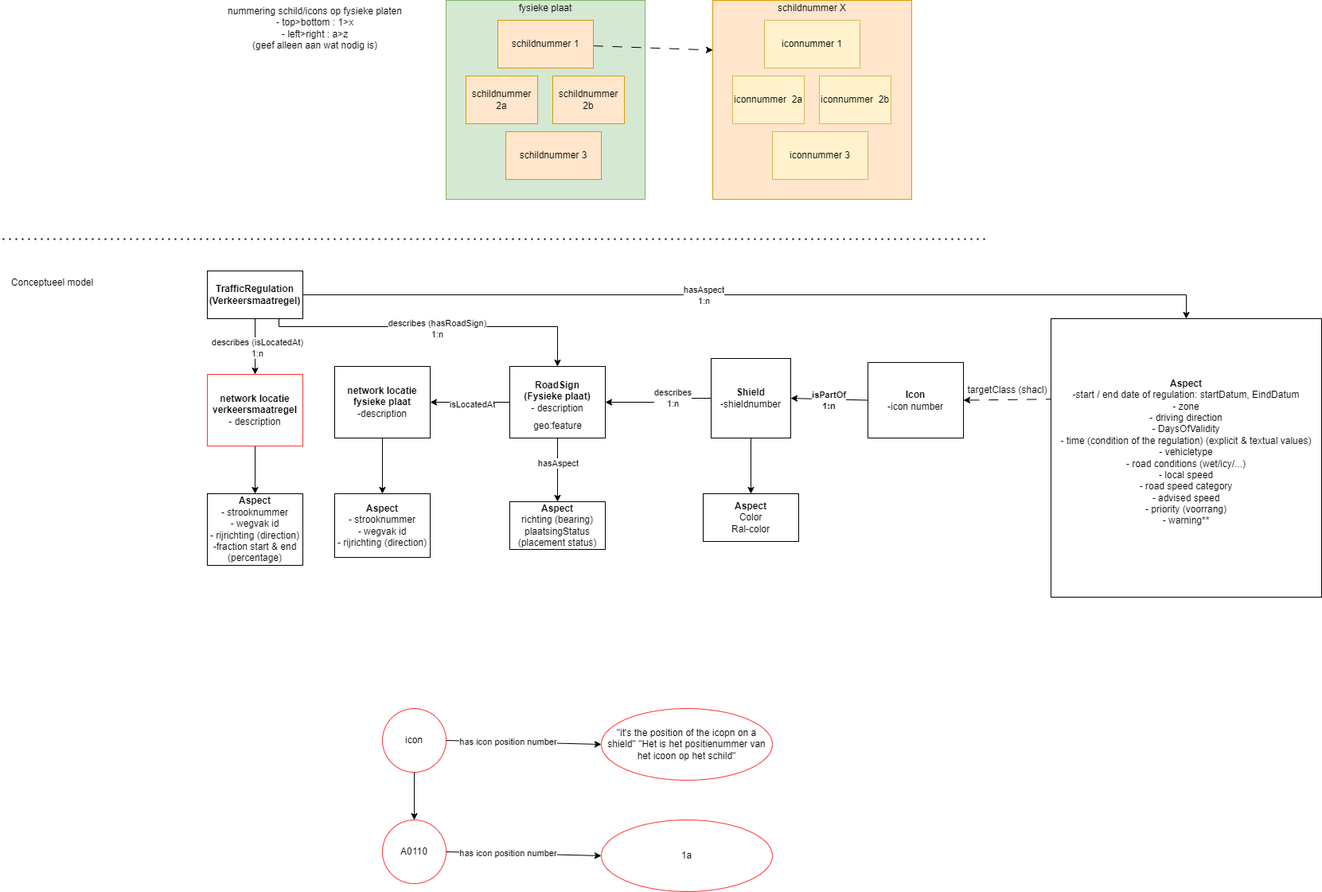
Above: docs/InformationModelVerkeersborden_schema/IM_verkeersborden_WIP.png in Stichting-CROW/verkeersborden (draw.io), before the change. Source tidied: cells renumbered, new cells last; positions are measured from the earlier drawing's top-left corner, leaving out a move shared by most shapes.
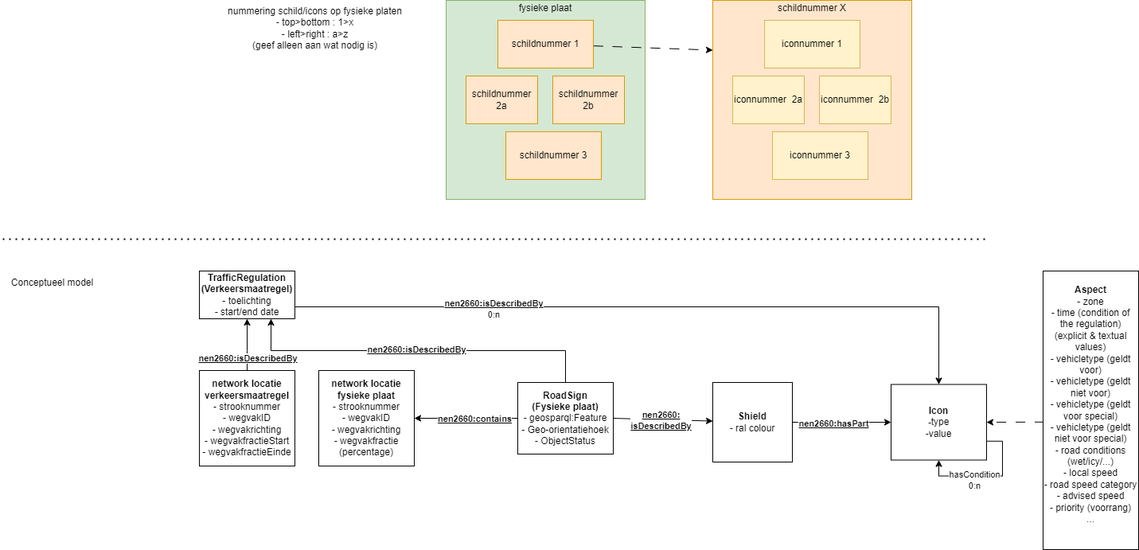
After the commit.

The edit, as a diff of the source:
```diff
@@ -4,67 +4,59 @@
     <mxCell id="1" parent="0" />
-    <mxCell id="2" style="edgeStyle=orthogonalEdgeStyle;rounded=0;jettySize=auto;html=1;exitX=0.5;exitY=1;exitDx=0;exitDy=0;entryX=0.5;entryY=0;entryDx=0;entryDy=0;" parent="1" edge="1" source="8" target="13">
-      <mxGeometry relative="1" as="geometry" />
-    </mxCell>
-    <mxCell id="3" value="&lt;div&gt;describes (isLocatedAt)&lt;/div&gt;&lt;div&gt;1:n&lt;/div&gt;" style="edgeLabel;html=1;align=center;verticalAlign=middle;" parent="2" vertex="1">
-      <mxGeometry x="0.01" y="2" relative="1" as="geometry" />
-    </mxCell>
-    <mxCell id="4" style="edgeStyle=orthogonalEdgeStyle;rounded=0;jettySize=auto;html=1;exitX=1;exitY=0.5;exitDx=0;exitDy=0;entryX=0.5;entryY=0;entryDx=0;entryDy=0;" parent="1" edge="1" source="8" target="19">
-      <mxGeometry relative="1" as="geometry" />
-    </mxCell>
-    <mxCell id="5" value="&lt;div&gt;hasAspect&lt;/div&gt;&lt;div&gt;1:n&lt;br&gt;&lt;/div&gt;" style="edgeLabel;html=1;align=center;verticalAlign=middle;" parent="4" vertex="1">
-      <mxGeometry x="-0.12" relative="1" as="geometry" />
-    </mxCell>
+    <mxCell id="56" style="edgeStyle=orthogonalEdgeStyle;rounded=0;jettySize=auto;html=1;exitX=1;exitY=0.75;exitDx=0;exitDy=0;entryX=0.5;entryY=0;entryDx=0;entryDy=0;" parent="1" edge="1" source="8" target="24">
+      <mxGeometry relative="1" as="geometry" />
+    </mxCell>
+    <mxCell id="57" value="&lt;div&gt;&lt;b&gt;&lt;u&gt;nen2660:isDescribedBy&lt;/u&gt;&lt;/b&gt;&lt;/div&gt;&lt;div&gt;0:n&lt;/div&gt;" style="edgeLabel;html=1;align=center;verticalAlign=middle;" parent="56" vertex="1">
+      <mxGeometry x="-0.45" y="-2" relative="1" as="geometry" />
+    </mxCell>
-    <mxCell id="6" style="edgeStyle=orthogonalEdgeStyle;rounded=0;jettySize=auto;html=1;exitX=0.75;exitY=1;exitDx=0;exitDy=0;entryX=0.5;entryY=0;entryDx=0;entryDy=0;" parent="1" edge="1" source="8" target="11">
-      <mxGeometry relative="1" as="geometry">
-        <Array as="points">
-          <mxPoint x="350" y="410" />
-          <mxPoint x="700" y="410" />
-        </Array>
-      </mxGeometry>
+    <mxCell id="6" style="edgeStyle=orthogonalEdgeStyle;rounded=0;jettySize=auto;html=1;exitX=0.5;exitY=0;exitDx=0;exitDy=0;entryX=0.75;entryY=1;entryDx=0;entryDy=0;" parent="1" edge="1" source="11" target="8">
+      <mxGeometry relative="1" as="geometry" />
     </mxCell>
-    <mxCell id="7" value="&lt;div&gt;describes (hasRoadSign)&lt;/div&gt;&lt;div&gt;1:n&lt;br&gt;&lt;/div&gt;" style="edgeLabel;html=1;align=center;verticalAlign=middle;" parent="6" vertex="1">
+    <mxCell id="7" value="&lt;div style=&quot;border-color: var(--border-color);&quot;&gt;&lt;b style=&quot;border-color: var(--border-color);&quot;&gt;&lt;u style=&quot;border-color: var(--border-color);&quot;&gt;nen2660:isDescribedBy&lt;/u&gt;&lt;/b&gt;&lt;/div&gt;" style="edgeLabel;html=1;align=center;verticalAlign=middle;" parent="6" vertex="1">
       <mxGeometry x="0.01" y="-2" relative="1" as="geometry" />
     </mxCell>
-    <mxCell id="8" value="&lt;div&gt;&lt;b&gt;TrafficRegulation&lt;/b&gt;&lt;/div&gt;&lt;div&gt;&lt;b&gt;(Verkeersmaatregel)&lt;/b&gt;&lt;/div&gt;" style="rounded=0;whiteSpace=wrap;html=1;" parent="1" vertex="1">
-      <mxGeometry x="260" y="340" width="120" height="60" as="geometry" />
+    <mxCell id="8" value="&lt;div&gt;&lt;b&gt;TrafficRegulation&lt;/b&gt;&lt;/div&gt;&lt;div&gt;&lt;b&gt;(Verkeersmaatregel)&lt;br&gt;&lt;/b&gt;&lt;/div&gt;&lt;div&gt;- toelichting&lt;br&gt;&lt;/div&gt;&lt;div&gt;- start/end date&lt;/div&gt;" style="rounded=0;whiteSpace=wrap;html=1;" parent="1" vertex="1">
+      <mxGeometry x="250" y="340" width="120" height="60" as="geometry" />
     </mxCell>
-    <mxCell id="9" style="edgeStyle=none;html=1;exitX=0.5;exitY=1;exitDx=0;exitDy=0;" parent="1" edge="1" source="11" target="42">
-      <mxGeometry relative="1" as="geometry" />
-    </mxCell>
-    <mxCell id="10" value="hasAspect" style="edgeLabel;html=1;align=center;verticalAlign=middle;" parent="9" vertex="1">
-      <mxGeometry x="0.31" y="-1" relative="1" as="geometry">
-        <mxPoint x="1" y="-21" as="offset" />
-      </mxGeometry>
-    </mxCell>
+    <mxCell id="58" style="edgeStyle=none;html=1;exitX=1;exitY=0.5;exitDx=0;exitDy=0;" parent="1" edge="1" source="11" target="34">
+      <mxGeometry relative="1" as="geometry" />
+    </mxCell>
+    <mxCell id="59" value="&lt;div style=&quot;border-color: var(--border-color);&quot;&gt;&lt;b style=&quot;border-color: var(--border-color);&quot;&gt;&lt;u style=&quot;border-color: var(--border-color);&quot;&gt;nen2660:&lt;/u&gt;&lt;/b&gt;&lt;/div&gt;&lt;div style=&quot;border-color: var(--border-color);&quot;&gt;&lt;b style=&quot;border-color: var(--border-color);&quot;&gt;&lt;u style=&quot;border-color: var(--border-color);&quot;&gt;isDescribedBy&lt;/u&gt;&lt;/b&gt;&lt;/div&gt;" style="edgeLabel;html=1;align=center;verticalAlign=middle;" parent="58" vertex="1">
+      <mxGeometry x="-0.19" relative="1" as="geometry">
+        <mxPoint x="10" y="1" as="offset" />
+      </mxGeometry>
+    </mxCell>
-    <mxCell id="11" value="&lt;div&gt;&lt;b&gt;RoadSign&lt;/b&gt;&lt;/div&gt;&lt;div&gt;&lt;b&gt;(Fysieke plaat)&lt;/b&gt;&lt;br&gt;&lt;/div&gt;&lt;div&gt;- description&lt;/div&gt;&lt;div&gt;&lt;br&gt;&lt;/div&gt;" style="rounded=0;whiteSpace=wrap;html=1;" parent="1" vertex="1">
-      <mxGeometry x="640" y="460" width="120" height="90" as="geometry" />
+    <mxCell id="11" value="&lt;div&gt;&lt;b&gt;RoadSign&lt;/b&gt;&lt;/div&gt;&lt;div&gt;&lt;b&gt;(Fysieke plaat)&lt;/b&gt;&lt;br&gt;&lt;/div&gt;&lt;div&gt;- geosparql:Feature&lt;br&gt;&lt;/div&gt;&lt;div&gt;- Geo-orientatiehoek&lt;/div&gt;&lt;div&gt;- ObjectStatus&lt;/div&gt;" style="rounded=0;whiteSpace=wrap;html=1;" parent="1" vertex="1">
+      <mxGeometry x="650" y="480" width="120" height="90" as="geometry" />
     </mxCell>
-    <mxCell id="12" style="edgeStyle=none;html=1;exitX=0.5;exitY=1;exitDx=0;exitDy=0;" parent="1" edge="1" source="13" target="44">
-      <mxGeometry relative="1" as="geometry" />
-    </mxCell>
+    <mxCell id="60" style="edgeStyle=none;html=1;exitX=0.5;exitY=0;exitDx=0;exitDy=0;entryX=0.5;entryY=1;entryDx=0;entryDy=0;" parent="1" edge="1" source="13" target="8">
+      <mxGeometry relative="1" as="geometry">
+        <Array as="points">
+          <mxPoint x="310" y="450" />
+        </Array>
+      </mxGeometry>
+    </mxCell>
+    <mxCell id="61" value="&lt;div style=&quot;border-color: var(--border-color);&quot;&gt;&lt;b style=&quot;border-color: var(--border-color);&quot;&gt;&lt;u style=&quot;border-color: var(--border-color);&quot;&gt;nen2660:isDescribedBy&lt;/u&gt;&lt;/b&gt;&lt;/div&gt;" style="edgeLabel;html=1;align=center;verticalAlign=middle;" parent="60" vertex="1">
+      <mxGeometry x="0.08" y="2" relative="1" as="geometry">
+        <mxPoint x="2" y="19" as="offset" />
+      </mxGeometry>
+    </mxCell>
-    <mxCell id="13" value="&lt;div&gt;&lt;b&gt;network locatie verkeersmaatregel&lt;/b&gt;&lt;/div&gt;&lt;div&gt;- description&lt;/div&gt;" style="rounded=0;whiteSpace=wrap;html=1;strokeColor=#FF3333;" parent="1" vertex="1">
-      <mxGeometry x="260" y="470" width="120" height="90" as="geometry" />
+    <mxCell id="13" value="&lt;div&gt;&lt;b&gt;network locatie verkeersmaatregel&lt;/b&gt;&lt;/div&gt;&lt;div&gt;- strooknummer&lt;/div&gt;&lt;div&gt;- wegvakID&lt;/div&gt;&lt;div&gt;- wegvakrichting&lt;/div&gt;- wegvakfractieStart&lt;br&gt;- wegvakfractieEinde" style="rounded=0;whiteSpace=wrap;html=1;" parent="1" vertex="1">
+      <mxGeometry x="250" y="465" width="120" height="120" as="geometry" />
     </mxCell>
-    <mxCell id="14" style="edgeStyle=none;html=1;exitX=0.5;exitY=1;exitDx=0;exitDy=0;" parent="1" edge="1" source="15" target="43">
-      <mxGeometry relative="1" as="geometry" />
-    </mxCell>
-    <mxCell id="15" value="&lt;div&gt;&lt;b&gt;network locatie fysieke plaat&lt;/b&gt;&lt;/div&gt;&lt;div&gt;-description&lt;/div&gt;" style="rounded=0;whiteSpace=wrap;html=1;" parent="1" vertex="1">
-      <mxGeometry x="420" y="460" width="120" height="90" as="geometry" />
+    <mxCell id="15" value="&lt;div&gt;&lt;b&gt;network locatie fysieke plaat&lt;/b&gt;&lt;/div&gt;&lt;div&gt;- strooknummer&lt;/div&gt;&lt;div&gt;- wegvakID&lt;/div&gt;&lt;div&gt;- wegvakrichting&lt;/div&gt;&lt;div&gt;- wegvakfractie (percentage)&lt;br&gt;&lt;/div&gt;" style="rounded=0;whiteSpace=wrap;html=1;" parent="1" vertex="1">
+      <mxGeometry x="400" y="465" width="120" height="120" as="geometry" />
     </mxCell>
-    <mxCell id="16" style="rounded=0;jettySize=auto;html=1;entryX=1;entryY=0.5;entryDx=0;entryDy=0;" parent="1" edge="1" target="15">
-      <mxGeometry relative="1" as="geometry">
-        <mxPoint x="640" y="505" as="sourcePoint" />
-        <Array as="points">
-          <mxPoint x="580" y="505" />
-        </Array>
-      </mxGeometry>
+    <mxCell id="16" style="rounded=0;jettySize=auto;html=1;entryX=1;entryY=0.5;entryDx=0;entryDy=0;" parent="1" edge="1" source="11" target="15">
+      <mxGeometry relative="1" as="geometry" />
     </mxCell>
-    <mxCell id="17" value="isLocatedAt" style="edgeLabel;html=1;align=center;verticalAlign=middle;" parent="16" vertex="1">
-      <mxGeometry x="-0.04" y="2" relative="1" as="geometry" />
-    </mxCell>
+    <mxCell id="62" value="&lt;b&gt;&lt;u&gt;nen2660:contains&lt;/u&gt;&lt;/b&gt;" style="edgeLabel;html=1;align=center;verticalAlign=middle;" parent="16" vertex="1">
+      <mxGeometry x="0.2" y="1" relative="1" as="geometry">
+        <mxPoint x="23" y="-1" as="offset" />
+      </mxGeometry>
+    </mxCell>
-    <mxCell id="18" style="rounded=0;jettySize=auto;html=1;exitX=0.017;exitY=0.289;exitDx=0;exitDy=0;entryX=1;entryY=0.5;entryDx=0;entryDy=0;dashed=1;dashPattern=12 12;exitPerimeter=0;" parent="1" edge="1" source="19" target="24">
+    <mxCell id="18" style="rounded=0;jettySize=auto;html=1;exitX=0.013;exitY=0.542;exitDx=0;exitDy=0;entryX=1;entryY=0.5;entryDx=0;entryDy=0;dashed=1;dashPattern=12 12;exitPerimeter=0;" parent="1" edge="1" source="19" target="24">
       <mxGeometry relative="1" as="geometry" />
     </mxCell>
-    <mxCell id="19" value="&lt;div&gt;&lt;b&gt;Aspect&lt;/b&gt;&lt;/div&gt;&lt;div&gt;-start / end date of regulation: startDatum, EindDatum&lt;/div&gt;&lt;div&gt;- zone&lt;/div&gt;&lt;div&gt;- driving direction&lt;/div&gt;&lt;div&gt;- DaysOfValidity&lt;/div&gt;&lt;div&gt;- time (condition of the regulation) (explicit &amp;amp; textual values)&lt;/div&gt;&lt;div&gt;- vehicletype&lt;/div&gt;&lt;div&gt;- road conditions (wet/icy/...)&lt;/div&gt;&lt;div&gt;- local speed&lt;/div&gt;&lt;div&gt;- road speed category &lt;br&gt;&lt;/div&gt;&lt;div&gt;- advised speed&lt;/div&gt;&lt;div&gt;- priority (voorrang)&lt;br&gt;&lt;/div&gt;&lt;div&gt;- warning**&lt;/div&gt;&lt;div&gt;&lt;br&gt;&lt;/div&gt;" style="rounded=0;whiteSpace=wrap;html=1;" parent="1" vertex="1">
-      <mxGeometry x="1320" y="400" width="340" height="350" as="geometry" />
+    <mxCell id="19" value="&lt;div&gt;&lt;b&gt;Aspect&lt;/b&gt;&lt;/div&gt;&lt;div&gt;- zone&lt;/div&gt;&lt;div&gt;- time (condition of the regulation) (explicit &amp;amp; textual values)&lt;/div&gt;&lt;div&gt;- vehicletype (geldt voor)&lt;/div&gt;&lt;div&gt;- vehicletype (geldt niet voor)&lt;/div&gt;&lt;div&gt;- vehicletype (geldt voor special)&lt;/div&gt;&lt;div&gt;- vehicletype (geldt niet voor special)&lt;/div&gt;&lt;div&gt;- road conditions (wet/icy/...)&lt;/div&gt;&lt;div&gt;- local speed&lt;/div&gt;&lt;div&gt;- road speed category &lt;br&gt;&lt;/div&gt;&lt;div&gt;- advised speed&lt;/div&gt;&lt;div&gt;- priority (voorrang)&lt;br&gt;&lt;/div&gt;&lt;div&gt;...&lt;/div&gt;&lt;div&gt;&lt;br&gt;&lt;/div&gt;" style="rounded=0;whiteSpace=wrap;html=1;" parent="1" vertex="1">
+      <mxGeometry x="1310" y="340" width="120" height="350" as="geometry" />
     </mxCell>
@@ -79,12 +71,4 @@
     </mxCell>
-    <mxCell id="22" style="rounded=0;jettySize=auto;html=1;exitX=0;exitY=0.5;exitDx=0;exitDy=0;entryX=1;entryY=0.5;entryDx=0;entryDy=0;" parent="1" edge="1" source="24" target="34">
-      <mxGeometry relative="1" as="geometry" />
-    </mxCell>
-    <mxCell id="23" value="&lt;div&gt;&lt;b&gt;isPartOf&lt;/b&gt;&lt;/div&gt;&lt;div&gt;&lt;b&gt;1:n&lt;/b&gt;&lt;br&gt;&lt;/div&gt;" style="edgeLabel;html=1;align=center;verticalAlign=middle;" parent="22" vertex="1">
-      <mxGeometry x="-0.32" relative="1" as="geometry">
-        <mxPoint x="-17" y="1" as="offset" />
-      </mxGeometry>
-    </mxCell>
-    <mxCell id="24" value="&lt;div&gt;&lt;b&gt;Icon&lt;/b&gt;&lt;/div&gt;&lt;div&gt;-icon number&lt;br&gt;&lt;/div&gt;" style="rounded=0;whiteSpace=wrap;html=1;" parent="1" vertex="1">
-      <mxGeometry x="1090" y="455" width="120" height="95" as="geometry" />
+    <mxCell id="24" value="&lt;div&gt;&lt;b&gt;Icon&lt;br&gt;&lt;/b&gt;&lt;/div&gt;&lt;div&gt;&lt;b&gt;-&lt;/b&gt;type&lt;/div&gt;&lt;div&gt;-value&lt;/div&gt;" style="rounded=0;whiteSpace=wrap;html=1;" parent="1" vertex="1">
+      <mxGeometry x="1119" y="482.5" width="120" height="95" as="geometry" />
     </mxCell>
@@ -108,14 +92,21 @@
     </mxCell>
-    <mxCell id="31" style="edgeStyle=orthogonalEdgeStyle;rounded=0;jettySize=auto;html=1;entryX=1;entryY=0.5;entryDx=0;entryDy=0;" parent="1" edge="1" source="34" target="11">
-      <mxGeometry relative="1" as="geometry" />
-    </mxCell>
-    <mxCell id="32" value="&lt;div&gt;describes&lt;/div&gt;&lt;div&gt;1:n&lt;br&gt;&lt;/div&gt;" style="edgeLabel;html=1;align=center;verticalAlign=middle;" parent="31" vertex="1">
-      <mxGeometry x="-0.29" y="-1" relative="1" as="geometry" />
-    </mxCell>
-    <mxCell id="33" style="edgeStyle=none;html=1;exitX=0.5;exitY=1;exitDx=0;exitDy=0;" parent="1" edge="1" source="34" target="46">
-      <mxGeometry relative="1" as="geometry" />
-    </mxCell>
+    <mxCell id="10" style="edgeStyle=none;html=1;exitX=1;exitY=0.5;exitDx=0;exitDy=0;entryX=0;entryY=0.5;entryDx=0;entryDy=0;" parent="1" edge="1" source="34" target="24">
+      <mxGeometry relative="1" as="geometry" />
+    </mxCell>
+    <mxCell id="42" value="&lt;b&gt;&lt;u&gt;nen2660:hasPart&lt;/u&gt;&lt;/b&gt;" style="edgeLabel;html=1;align=center;verticalAlign=middle;points=[];" parent="10" vertex="1">
+      <mxGeometry x="-0.25" relative="1" as="geometry">
+        <mxPoint x="5" y="1" as="offset" />
+      </mxGeometry>
+    </mxCell>
-    <mxCell id="34" value="&lt;div&gt;&lt;b&gt;Shield&lt;/b&gt;&lt;/div&gt;&lt;div&gt;-shieldnumber&lt;/div&gt;" style="whiteSpace=wrap;html=1;" parent="1" vertex="1">
-      <mxGeometry x="893" y="450" width="100" height="100" as="geometry" />
+    <mxCell id="34" value="&lt;div&gt;&lt;b&gt;Shield&lt;/b&gt;&lt;/div&gt;&lt;div&gt;&lt;span style=&quot;background-color: initial;&quot;&gt;- ral colour&lt;/span&gt;&lt;br&gt;&lt;/div&gt;" style="whiteSpace=wrap;html=1;" parent="1" vertex="1">
+      <mxGeometry x="895" y="480" width="100" height="100" as="geometry" />
     </mxCell>
+    <mxCell id="63" style="edgeStyle=orthogonalEdgeStyle;rounded=0;orthogonalLoop=1;jettySize=auto;html=1;exitX=1;exitY=0.75;exitDx=0;exitDy=0;entryX=0.5;entryY=1;entryDx=0;entryDy=0;" parent="1" edge="1" source="24" target="24">
+      <mxGeometry relative="1" as="geometry" />
+    </mxCell>
+    <mxCell id="64" value="&lt;div&gt;hasCondition&lt;/div&gt;&lt;div&gt;0:n&lt;br&gt;&lt;/div&gt;" style="edgeLabel;html=1;align=center;verticalAlign=middle;" parent="63" vertex="1">
+      <mxGeometry x="0.43" relative="1" as="geometry">
+        <mxPoint x="18" y="5" as="offset" />
+      </mxGeometry>
+    </mxCell>
     <mxCell id="35" value="&lt;div&gt;schildnummer X&lt;/div&gt;&lt;div&gt;&lt;br&gt;&lt;/div&gt;&lt;div&gt;&lt;br&gt;&lt;/div&gt;&lt;div&gt;&lt;br&gt;&lt;/div&gt;&lt;div&gt;&lt;br&gt;&lt;/div&gt;&lt;div&gt;&lt;br&gt;&lt;/div&gt;&lt;div&gt;&lt;br&gt;&lt;/div&gt;&lt;div&gt;&lt;br&gt;&lt;/div&gt;&lt;div&gt;&lt;br&gt;&lt;/div&gt;&lt;div&gt;&lt;br&gt;&lt;/div&gt;&lt;div&gt;&lt;br&gt;&lt;/div&gt;&lt;div&gt;&lt;br&gt;&lt;/div&gt;&lt;div&gt;&lt;br&gt;&lt;/div&gt;&lt;div&gt;&lt;br&gt;&lt;/div&gt;&lt;div&gt;&lt;br&gt;&lt;/div&gt;&lt;div&gt;&lt;br&gt;&lt;/div&gt;&lt;div&gt;&lt;br&gt;&lt;/div&gt;" style="whiteSpace=wrap;html=1;fillColor=#ffe6cc;strokeColor=#d79b00;" parent="1" vertex="1">
@@ -138,47 +129,2 @@
     </mxCell>
-    <mxCell id="41" value="targetClass (shacl)" style="text;html=1;align=center;verticalAlign=middle;strokeColor=none;fillColor=none;" parent="1" vertex="1">
-      <mxGeometry x="1205" y="475" width="120" height="30" as="geometry" />
-    </mxCell>
-    <mxCell id="42" value="&lt;b&gt;Aspect&lt;/b&gt;&lt;br&gt;richting (bearing)&lt;br&gt;plaatsingStatus (placement status)" style="whiteSpace=wrap;html=1;" parent="1" vertex="1">
-      <mxGeometry x="640" y="630" width="120" height="60" as="geometry" />
-    </mxCell>
-    <mxCell id="43" value="&lt;b&gt;Aspect&lt;/b&gt;&lt;br&gt;&lt;div style=&quot;border-color: var(--border-color);&quot;&gt;- strooknummer&lt;/div&gt;&lt;div style=&quot;border-color: var(--border-color);&quot;&gt;- wegvak id&lt;/div&gt;&lt;div style=&quot;border-color: var(--border-color);&quot;&gt;- rijrichting (direction)&lt;/div&gt;" style="whiteSpace=wrap;html=1;" parent="1" vertex="1">
-      <mxGeometry x="420" y="620" width="120" height="80" as="geometry" />
-    </mxCell>
-    <mxCell id="44" value="&lt;b&gt;Aspect&lt;/b&gt;&lt;br&gt;&lt;div style=&quot;border-color: var(--border-color);&quot;&gt;- strooknummer&lt;/div&gt;&lt;div style=&quot;border-color: var(--border-color);&quot;&gt;- wegvak id&lt;/div&gt;&lt;div style=&quot;border-color: var(--border-color);&quot;&gt;- rijrichting (direction)&lt;/div&gt;&lt;div style=&quot;border-color: var(--border-color);&quot;&gt;-fraction start &amp;amp; end (percentage)&lt;/div&gt;" style="whiteSpace=wrap;html=1;" parent="1" vertex="1">
-      <mxGeometry x="260" y="620" width="120" height="90" as="geometry" />
-    </mxCell>
-    <mxCell id="45" value="geo:feature" style="text;html=1;align=center;verticalAlign=middle;strokeColor=none;fillColor=none;" parent="1" vertex="1">
-      <mxGeometry x="660" y="520" width="80" height="30" as="geometry" />
-    </mxCell>
-    <mxCell id="46" value="&lt;b&gt;Aspect&lt;/b&gt;&lt;br&gt;Color&lt;br&gt;Ral-color" style="whiteSpace=wrap;html=1;" parent="1" vertex="1">
-      <mxGeometry x="883" y="620" width="120" height="60" as="geometry" />
-    </mxCell>
-    <mxCell id="47" style="edgeStyle=none;html=1;exitX=1;exitY=0.5;exitDx=0;exitDy=0;entryX=0;entryY=0.5;entryDx=0;entryDy=0;" parent="1" edge="1" source="50" target="51">
-      <mxGeometry relative="1" as="geometry" />
-    </mxCell>
-    <mxCell id="48" value="has icon position number" style="edgeLabel;html=1;align=center;verticalAlign=middle;" parent="47" vertex="1">
-      <mxGeometry x="-0.2" relative="1" as="geometry" />
-    </mxCell>
-    <mxCell id="49" style="edgeStyle=none;html=1;exitX=0.5;exitY=1;exitDx=0;exitDy=0;" parent="1" edge="1" source="50" target="54">
-      <mxGeometry relative="1" as="geometry" />
-    </mxCell>
-    <mxCell id="50" value="icon" style="ellipse;whiteSpace=wrap;html=1;strokeColor=#FF3333;" parent="1" vertex="1">
-      <mxGeometry x="480" y="890" width="80" height="80" as="geometry" />
-    </mxCell>
-    <mxCell id="51" value="&quot;it's the position of the icopn on a shield&quot; &quot;Het is het positienummer van het icoon op het schild&quot;" style="ellipse;whiteSpace=wrap;html=1;strokeColor=#FF3333;" parent="1" vertex="1">
-      <mxGeometry x="755" y="890" width="215" height="90" as="geometry" />
-    </mxCell>
-    <mxCell id="52" style="edgeStyle=none;html=1;exitX=1;exitY=0.5;exitDx=0;exitDy=0;entryX=0;entryY=0.5;entryDx=0;entryDy=0;" parent="1" edge="1" source="54" target="55">
-      <mxGeometry relative="1" as="geometry" />
-    </mxCell>
-    <mxCell id="53" value="has icon position number" style="edgeLabel;html=1;align=center;verticalAlign=middle;" parent="52" vertex="1">
-      <mxGeometry x="-0.2" relative="1" as="geometry" />
-    </mxCell>
-    <mxCell id="54" value="A0110" style="ellipse;whiteSpace=wrap;html=1;strokeColor=#FF3333;" parent="1" vertex="1">
-      <mxGeometry x="480" y="1030" width="80" height="80" as="geometry" />
-    </mxCell>
-    <mxCell id="55" value="1a" style="ellipse;whiteSpace=wrap;html=1;strokeColor=#FF3333;" parent="1" vertex="1">
-      <mxGeometry x="755" y="1030" width="215" height="90" as="geometry" />
-    </mxCell>
   </root>
```
